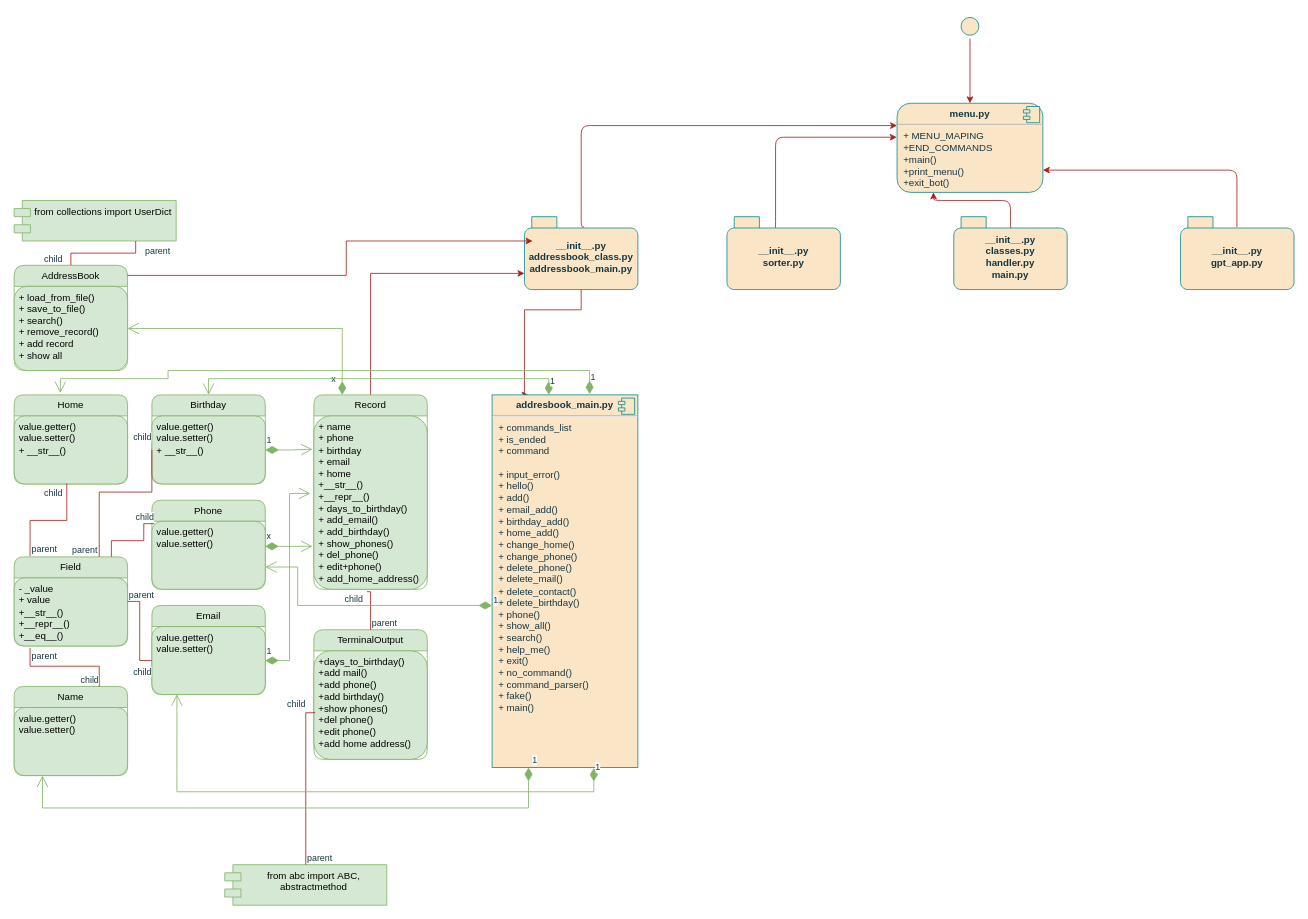
Before: Диаграмма без названия.drawio in FoDwVn11110100001001000000/Team_project_1, a draw.io diagram. Source tidied: cells renumbered, new cells numbered last; positions are measured from the earlier drawing's top-left corner, leaving out a move shared by most shapes. Both pictures are drawn from the tidied source at 81%, with x=0, y=0 at pixel (14, 14).
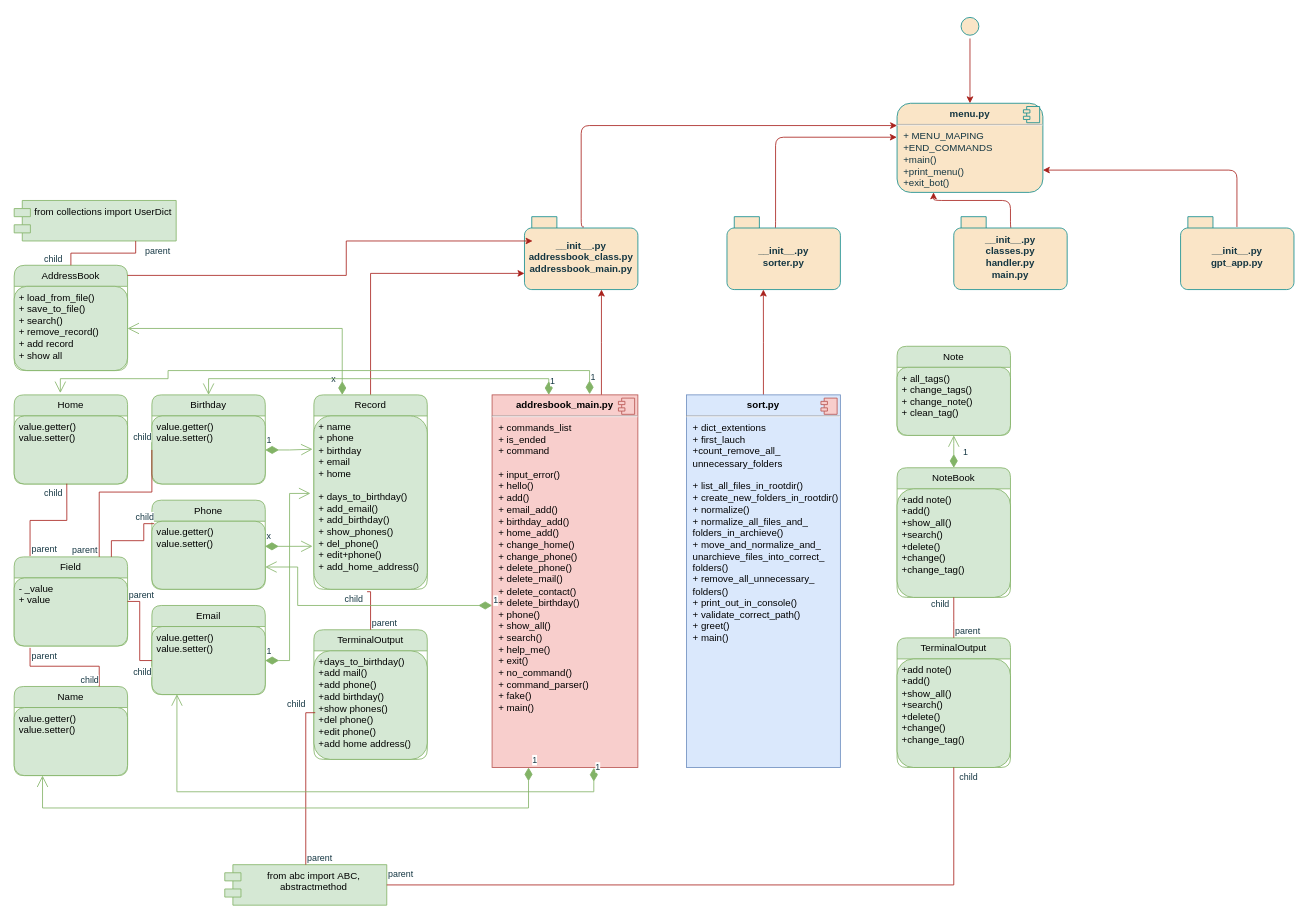
Above is the later version.

The change refers to these unchanged cells:
```xml
<mxCell id="6" value="__init__.py&lt;br&gt;addressbook_class.py&lt;br&gt;addressbook_main.py" style="shape=folder;fontStyle=1;spacingTop=10;tabWidth=40;tabHeight=14;tabPosition=left;html=1;whiteSpace=wrap;fillColor=#FAE5C7;strokeColor=#0F8B8D;rounded=1;labelBackgroundColor=none;fontColor=#143642;" parent="1" vertex="1">
  <mxGeometry x="630" y="250" width="140" height="90" as="geometry" />
</mxCell>
<mxCell id="10" value="__init__.py&lt;br&gt;sorter.py" style="shape=folder;fontStyle=1;spacingTop=10;tabWidth=40;tabHeight=14;tabPosition=left;html=1;whiteSpace=wrap;fillColor=#FAE5C7;strokeColor=#0F8B8D;rounded=1;labelBackgroundColor=none;fontColor=#143642;" parent="1" vertex="1">
  <mxGeometry x="880" y="250" width="140" height="90" as="geometry" />
</mxCell>
<mxCell id="17" value="from abc import&amp;nbsp;ABC, abstractmethod" style="shape=module;align=left;spacingLeft=20;align=center;verticalAlign=top;whiteSpace=wrap;html=1;strokeColor=#82b366;fillColor=#d5e8d4;" parent="1" vertex="1">
  <mxGeometry x="260" y="1050" width="200" height="50" as="geometry" />
</mxCell>
<mxCell id="18" value="Field" style="swimlane;fontStyle=0;horizontal=1;startSize=26;fillColor=#d5e8d4;whiteSpace=wrap;html=1;rounded=1;labelBackgroundColor=none;strokeColor=#82b366;" parent="1" vertex="1">
  <mxGeometry y="670" width="140" height="110" as="geometry" />
</mxCell>
<mxCell id="26" value="Birthday" style="swimlane;fontStyle=0;horizontal=1;startSize=26;fillColor=#d5e8d4;whiteSpace=wrap;html=1;rounded=1;labelBackgroundColor=none;strokeColor=#82b366;" parent="1" vertex="1">
  <mxGeometry x="170" y="470" width="140" height="110" as="geometry" />
</mxCell>
<mxCell id="28" value="Home" style="swimlane;fontStyle=0;horizontal=1;startSize=26;fillColor=#d5e8d4;whiteSpace=wrap;html=1;rounded=1;labelBackgroundColor=none;strokeColor=#82b366;" parent="1" vertex="1">
  <mxGeometry y="470" width="140" height="110" as="geometry" />
</mxCell>
<mxCell id="31" value="Record" style="swimlane;fontStyle=0;horizontal=1;startSize=26;fillColor=#d5e8d4;whiteSpace=wrap;html=1;rounded=1;labelBackgroundColor=none;strokeColor=#82b366;" parent="1" vertex="1">
  <mxGeometry x="370" y="470" width="140" height="240" as="geometry" />
</mxCell>
```

The edit, as a diff of the source:
```diff
@@
-    <mxCell id="5" style="edgeStyle=orthogonalEdgeStyle;rounded=0;jettySize=auto;html=1;strokeColor=#A8201A;fontColor=#143642;fillColor=#FAE5C7;entryX=0.25;entryY=0;entryDx=0;entryDy=0;" parent="1" edge="1" source="6" target="41">
-      <mxGeometry relative="1" as="geometry">
-        <Array as="points">
-          <mxPoint x="700" y="365" />
-          <mxPoint x="630" y="365" />
-          <mxPoint x="630" y="470" />
-        </Array>
-      </mxGeometry>
-    </mxCell>
@@
-    <mxCell id="19" value="- _value&lt;br&gt;+ value&lt;br&gt;+__str__()&lt;br&gt;+__repr__()&lt;br&gt;+__eq__()" style="text;strokeColor=#82b366;fillColor=#d5e8d4;align=left;verticalAlign=top;spacingLeft=4;spacingRight=4;overflow=hidden;points=[[0,0.5],[1,0.5]];portConstraint=eastwest;whiteSpace=wrap;html=1;rounded=1;labelBackgroundColor=none;" parent="18" vertex="1">
+    <mxCell id="19" value="- _value&lt;br&gt;+ value&lt;br&gt;" style="text;strokeColor=#82b366;fillColor=#d5e8d4;align=left;verticalAlign=top;spacingLeft=4;spacingRight=4;overflow=hidden;points=[[0,0.5],[1,0.5]];portConstraint=eastwest;whiteSpace=wrap;html=1;rounded=1;labelBackgroundColor=none;" parent="18" vertex="1">
       <mxGeometry y="26" width="140" height="84" as="geometry" />
     </mxCell>
@@
-    <mxCell id="27" value="value.getter()&lt;br style=&quot;border-color: var(--border-color);&quot;&gt;value.setter()&lt;br&gt;+ __str__()" style="text;strokeColor=#82b366;fillColor=#d5e8d4;align=left;verticalAlign=top;spacingLeft=4;spacingRight=4;overflow=hidden;points=[[0,0.5],[1,0.5]];portConstraint=eastwest;whiteSpace=wrap;html=1;rounded=1;labelBackgroundColor=none;" parent="26" vertex="1">
+    <mxCell id="27" value="value.getter()&lt;br style=&quot;border-color: var(--border-color);&quot;&gt;value.setter()" style="text;strokeColor=#82b366;fillColor=#d5e8d4;align=left;verticalAlign=top;spacingLeft=4;spacingRight=4;overflow=hidden;points=[[0,0.5],[1,0.5]];portConstraint=eastwest;whiteSpace=wrap;html=1;rounded=1;labelBackgroundColor=none;" parent="26" vertex="1">
       <mxGeometry y="26" width="140" height="84" as="geometry" />
     </mxCell>
@@
-    <mxCell id="29" value="value.getter()&lt;br style=&quot;border-color: var(--border-color);&quot;&gt;value.setter()&lt;br&gt;+ __str__()" style="text;strokeColor=#82b366;fillColor=#d5e8d4;align=left;verticalAlign=top;spacingLeft=4;spacingRight=4;overflow=hidden;points=[[0,0.5],[1,0.5]];portConstraint=eastwest;whiteSpace=wrap;html=1;rounded=1;labelBackgroundColor=none;" parent="28" vertex="1">
+    <mxCell id="29" value="value.getter()&lt;br style=&quot;border-color: var(--border-color);&quot;&gt;value.setter()&lt;br&gt;" style="text;strokeColor=#82b366;fillColor=#d5e8d4;align=left;verticalAlign=top;spacingLeft=4;spacingRight=4;overflow=hidden;points=[[0,0.5],[1,0.5]];portConstraint=eastwest;whiteSpace=wrap;html=1;rounded=1;labelBackgroundColor=none;" parent="28" vertex="1">
       <mxGeometry y="26" width="140" height="84" as="geometry" />
     </mxCell>
@@
-    <mxCell id="32" value="+ name&lt;br&gt;+ phone&lt;br&gt;+ birthday&lt;br&gt;+ email&lt;br&gt;+ home&lt;br&gt;+__str__()&lt;br&gt;+__repr__()&lt;br&gt;+ days_to_birthday()&lt;br&gt;+ add_email()&lt;br&gt;+ add_birthday()&lt;br&gt;+ show_phones()&lt;br&gt;+ del_phone()&lt;br&gt;+ edit+phone()&lt;br&gt;+ add_home_address()" style="text;strokeColor=#82b366;fillColor=#d5e8d4;align=left;verticalAlign=top;spacingLeft=4;spacingRight=4;overflow=hidden;points=[[0,0.5],[1,0.5]];portConstraint=eastwest;whiteSpace=wrap;html=1;rounded=1;labelBackgroundColor=none;" parent="31" vertex="1">
+    <mxCell id="32" value="+ name&lt;br&gt;+ phone&lt;br&gt;+ birthday&lt;br&gt;+ email&lt;br&gt;+ home&lt;br&gt;&lt;br&gt;+ days_to_birthday()&lt;br&gt;+ add_email()&lt;br&gt;+ add_birthday()&lt;br&gt;+ show_phones()&lt;br&gt;+ del_phone()&lt;br&gt;+ edit+phone()&lt;br&gt;+ add_home_address()" style="text;strokeColor=#82b366;fillColor=#d5e8d4;align=left;verticalAlign=top;spacingLeft=4;spacingRight=4;overflow=hidden;points=[[0,0.5],[1,0.5]];portConstraint=eastwest;whiteSpace=wrap;html=1;rounded=1;labelBackgroundColor=none;" parent="31" vertex="1">
       <mxGeometry y="26" width="140" height="214" as="geometry" />
     </mxCell>
@@
+    <mxCell id="71" style="edgeStyle=orthogonalEdgeStyle;rounded=0;jettySize=auto;html=1;exitX=0.75;exitY=0;exitDx=0;exitDy=0;entryX=0.679;entryY=1;entryDx=0;entryDy=0;entryPerimeter=0;strokeColor=#A8201A;fontColor=#143642;fillColor=#FAE5C7;" parent="1" edge="1" source="41" target="6">
+      <mxGeometry relative="1" as="geometry" />
+    </mxCell>
-    <mxCell id="41" value="&lt;p style=&quot;margin:0px;margin-top:6px;text-align:center;&quot;&gt;&lt;b&gt;addresbook_main.py&lt;/b&gt;&lt;/p&gt;&lt;hr&gt;&lt;p style=&quot;margin:0px;margin-left:8px;&quot;&gt;+ commands_list&lt;/p&gt;&lt;p style=&quot;margin:0px;margin-left:8px;&quot;&gt;+&amp;nbsp;is_ended&lt;/p&gt;&lt;p style=&quot;margin:0px;margin-left:8px;&quot;&gt;+&amp;nbsp;command&lt;/p&gt;&lt;p style=&quot;margin:0px;margin-left:8px;&quot;&gt;&lt;br&gt;&lt;/p&gt;&lt;p style=&quot;margin:0px;margin-left:8px;&quot;&gt;+&amp;nbsp;input_error()&lt;/p&gt;&lt;p style=&quot;margin:0px;margin-left:8px;&quot;&gt;+ hello()&lt;/p&gt;&lt;p style=&quot;margin:0px;margin-left:8px;&quot;&gt;+ add()&lt;/p&gt;&lt;p style=&quot;margin:0px;margin-left:8px;&quot;&gt;+ email_add()&lt;/p&gt;&lt;p style=&quot;margin:0px;margin-left:8px;&quot;&gt;+ birthday_add()&lt;/p&gt;&lt;p style=&quot;margin:0px;margin-left:8px;&quot;&gt;+ home_add()&lt;/p&gt;&lt;p style=&quot;margin:0px;margin-left:8px;&quot;&gt;+ change_home()&lt;/p&gt;&lt;p style=&quot;margin:0px;margin-left:8px;&quot;&gt;+ change_phone()&lt;/p&gt;&lt;p style=&quot;margin:0px;margin-left:8px;&quot;&gt;+ delete_phone()&lt;/p&gt;&lt;p style=&quot;margin:0px;margin-left:8px;&quot;&gt;+ delete_mail()&lt;br&gt;&lt;/p&gt;&lt;p style=&quot;margin:0px;margin-left:8px;&quot;&gt;+ delete_contact()&lt;br&gt;&lt;/p&gt;&lt;p style=&quot;margin:0px;margin-left:8px;&quot;&gt;+ delete_birthday()&lt;br&gt;&lt;/p&gt;&lt;p style=&quot;margin:0px;margin-left:8px;&quot;&gt;+ phone()&lt;/p&gt;&lt;p style=&quot;margin:0px;margin-left:8px;&quot;&gt;+ show_all()&lt;/p&gt;&lt;p style=&quot;margin:0px;margin-left:8px;&quot;&gt;+ search()&lt;/p&gt;&lt;p style=&quot;margin:0px;margin-left:8px;&quot;&gt;+ help_me()&lt;/p&gt;&lt;p style=&quot;margin:0px;margin-left:8px;&quot;&gt;+ exit()&lt;/p&gt;&lt;p style=&quot;margin:0px;margin-left:8px;&quot;&gt;+ no_command()&lt;/p&gt;&lt;p style=&quot;margin:0px;margin-left:8px;&quot;&gt;+&amp;nbsp;command_parser()&lt;/p&gt;&lt;p style=&quot;margin:0px;margin-left:8px;&quot;&gt;+ fake()&lt;/p&gt;&lt;p style=&quot;margin:0px;margin-left:8px;&quot;&gt;+ main()&lt;/p&gt;" style="align=left;overflow=fill;html=1;whiteSpace=wrap;strokeColor=#0F8B8D;fontColor=#143642;fillColor=#FAE5C7;" parent="1" vertex="1">
+    <mxCell id="41" value="&lt;p style=&quot;margin:0px;margin-top:6px;text-align:center;&quot;&gt;&lt;b&gt;addresbook_main.py&lt;/b&gt;&lt;/p&gt;&lt;hr&gt;&lt;p style=&quot;margin:0px;margin-left:8px;&quot;&gt;+ commands_list&lt;/p&gt;&lt;p style=&quot;margin:0px;margin-left:8px;&quot;&gt;+&amp;nbsp;is_ended&lt;/p&gt;&lt;p style=&quot;margin:0px;margin-left:8px;&quot;&gt;+&amp;nbsp;command&lt;/p&gt;&lt;p style=&quot;margin:0px;margin-left:8px;&quot;&gt;&lt;br&gt;&lt;/p&gt;&lt;p style=&quot;margin:0px;margin-left:8px;&quot;&gt;+&amp;nbsp;input_error()&lt;/p&gt;&lt;p style=&quot;margin:0px;margin-left:8px;&quot;&gt;+ hello()&lt;/p&gt;&lt;p style=&quot;margin:0px;margin-left:8px;&quot;&gt;+ add()&lt;/p&gt;&lt;p style=&quot;margin:0px;margin-left:8px;&quot;&gt;+ email_add()&lt;/p&gt;&lt;p style=&quot;margin:0px;margin-left:8px;&quot;&gt;+ birthday_add()&lt;/p&gt;&lt;p style=&quot;margin:0px;margin-left:8px;&quot;&gt;+ home_add()&lt;/p&gt;&lt;p style=&quot;margin:0px;margin-left:8px;&quot;&gt;+ change_home()&lt;/p&gt;&lt;p style=&quot;margin:0px;margin-left:8px;&quot;&gt;+ change_phone()&lt;/p&gt;&lt;p style=&quot;margin:0px;margin-left:8px;&quot;&gt;+ delete_phone()&lt;/p&gt;&lt;p style=&quot;margin:0px;margin-left:8px;&quot;&gt;+ delete_mail()&lt;br&gt;&lt;/p&gt;&lt;p style=&quot;margin:0px;margin-left:8px;&quot;&gt;+ delete_contact()&lt;br&gt;&lt;/p&gt;&lt;p style=&quot;margin:0px;margin-left:8px;&quot;&gt;+ delete_birthday()&lt;br&gt;&lt;/p&gt;&lt;p style=&quot;margin:0px;margin-left:8px;&quot;&gt;+ phone()&lt;/p&gt;&lt;p style=&quot;margin:0px;margin-left:8px;&quot;&gt;+ show_all()&lt;/p&gt;&lt;p style=&quot;margin:0px;margin-left:8px;&quot;&gt;+ search()&lt;/p&gt;&lt;p style=&quot;margin:0px;margin-left:8px;&quot;&gt;+ help_me()&lt;/p&gt;&lt;p style=&quot;margin:0px;margin-left:8px;&quot;&gt;+ exit()&lt;/p&gt;&lt;p style=&quot;margin:0px;margin-left:8px;&quot;&gt;+ no_command()&lt;/p&gt;&lt;p style=&quot;margin:0px;margin-left:8px;&quot;&gt;+&amp;nbsp;command_parser()&lt;/p&gt;&lt;p style=&quot;margin:0px;margin-left:8px;&quot;&gt;+ fake()&lt;/p&gt;&lt;p style=&quot;margin:0px;margin-left:8px;&quot;&gt;+ main()&lt;/p&gt;" style="align=left;overflow=fill;html=1;whiteSpace=wrap;strokeColor=#b85450;fillColor=#f8cecc;" parent="1" vertex="1">
       <mxGeometry x="590" y="470" width="180" height="460" as="geometry" />
     </mxCell>
-    <mxCell id="42" style="shape=component;jettyWidth=8;jettyHeight=4;strokeColor=#0F8B8D;fontColor=#143642;fillColor=#FAE5C7;" parent="41" vertex="1">
+    <mxCell id="42" style="shape=component;jettyWidth=8;jettyHeight=4;strokeColor=#b85450;fillColor=#f8cecc;" parent="41" vertex="1">
       <mxGeometry x="1" width="20" height="20" relative="1" as="geometry">
         <mxPoint x="-24" y="4" as="offset" />
       </mxGeometry>
     </mxCell>
@@
+    <mxCell id="72" style="edgeStyle=orthogonalEdgeStyle;rounded=0;jettySize=auto;html=1;exitX=0.5;exitY=0;exitDx=0;exitDy=0;entryX=0.321;entryY=1;entryDx=0;entryDy=0;entryPerimeter=0;strokeColor=#A8201A;fontColor=#143642;fillColor=#FAE5C7;" parent="1" edge="1" source="73" target="10">
+      <mxGeometry relative="1" as="geometry" />
+    </mxCell>
+    <mxCell id="73" value="&lt;p style=&quot;margin:0px;margin-top:6px;text-align:center;&quot;&gt;&lt;b&gt;sort.py&lt;/b&gt;&lt;/p&gt;&lt;hr&gt;&lt;p style=&quot;margin:0px;margin-left:8px;&quot;&gt;+&amp;nbsp;dict_extentions&lt;/p&gt;&lt;p style=&quot;margin:0px;margin-left:8px;&quot;&gt;+&amp;nbsp;first_lauch&lt;/p&gt;&lt;p style=&quot;margin:0px;margin-left:8px;&quot;&gt;+count_remove_all_&lt;/p&gt;&lt;p style=&quot;margin:0px;margin-left:8px;&quot;&gt;unnecessary_folders&lt;/p&gt;&lt;p style=&quot;margin:0px;margin-left:8px;&quot;&gt;&lt;br&gt;&lt;/p&gt;&lt;p style=&quot;margin:0px;margin-left:8px;&quot;&gt;+&amp;nbsp;list_all_files_in_rootdir()&lt;/p&gt;&lt;p style=&quot;margin:0px;margin-left:8px;&quot;&gt;+&amp;nbsp;create_new_folders_in_rootdir()&lt;/p&gt;&lt;p style=&quot;margin:0px;margin-left:8px;&quot;&gt;+&amp;nbsp;normalize()&lt;/p&gt;&lt;p style=&quot;margin:0px;margin-left:8px;&quot;&gt;+&amp;nbsp;normalize_all_files_and_&lt;/p&gt;&lt;p style=&quot;margin:0px;margin-left:8px;&quot;&gt;folders_in_archieve()&lt;/p&gt;&lt;p style=&quot;margin:0px;margin-left:8px;&quot;&gt;+&amp;nbsp;move_and_normalize_and_&lt;/p&gt;&lt;p style=&quot;margin:0px;margin-left:8px;&quot;&gt;unarchieve_files_into_correct_&lt;/p&gt;&lt;p style=&quot;margin:0px;margin-left:8px;&quot;&gt;folders()&lt;/p&gt;&lt;p style=&quot;margin:0px;margin-left:8px;&quot;&gt;+&amp;nbsp;remove_all_unnecessary_&lt;/p&gt;&lt;p style=&quot;margin:0px;margin-left:8px;&quot;&gt;folders()&lt;/p&gt;&lt;p style=&quot;margin:0px;margin-left:8px;&quot;&gt;+&amp;nbsp;print_out_in_console()&lt;/p&gt;&lt;p style=&quot;margin:0px;margin-left:8px;&quot;&gt;+&amp;nbsp;validate_correct_path()&lt;/p&gt;&lt;p style=&quot;margin:0px;margin-left:8px;&quot;&gt;+&amp;nbsp;greet()&lt;/p&gt;&lt;p style=&quot;margin:0px;margin-left:8px;&quot;&gt;+&amp;nbsp;main()&lt;/p&gt;" style="align=left;overflow=fill;html=1;whiteSpace=wrap;strokeColor=#6c8ebf;fillColor=#dae8fc;" parent="1" vertex="1">
+      <mxGeometry x="830" y="470" width="190" height="460" as="geometry" />
+    </mxCell>
+    <mxCell id="74" style="shape=component;jettyWidth=8;jettyHeight=4;strokeColor=#b85450;fillColor=#f8cecc;" parent="73" vertex="1">
+      <mxGeometry x="1" width="20" height="20" relative="1" as="geometry">
+        <mxPoint x="-24" y="4" as="offset" />
+      </mxGeometry>
+    </mxCell>
+    <mxCell id="75" value="Note" style="swimlane;fontStyle=0;horizontal=1;startSize=26;fillColor=#d5e8d4;whiteSpace=wrap;html=1;rounded=1;labelBackgroundColor=none;strokeColor=#82b366;" parent="1" vertex="1">
+      <mxGeometry x="1090" y="410" width="140" height="110" as="geometry" />
+    </mxCell>
+    <mxCell id="76" value="+ all_tags()&lt;br&gt;+ change_tags()&lt;br&gt;+ change_note()&lt;br&gt;+ clean_tag()" style="text;strokeColor=#82b366;fillColor=#d5e8d4;align=left;verticalAlign=top;spacingLeft=4;spacingRight=4;overflow=hidden;points=[[0,0.5],[1,0.5]];portConstraint=eastwest;whiteSpace=wrap;html=1;rounded=1;labelBackgroundColor=none;" parent="75" vertex="1">
+      <mxGeometry y="26" width="140" height="84" as="geometry" />
+    </mxCell>
+    <mxCell id="77" value="TerminalOutput" style="swimlane;fontStyle=0;horizontal=1;startSize=26;fillColor=#d5e8d4;whiteSpace=wrap;html=1;rounded=1;labelBackgroundColor=none;strokeColor=#82b366;" parent="1" vertex="1">
+      <mxGeometry x="1090" y="770" width="140" height="160" as="geometry" />
+    </mxCell>
+    <mxCell id="78" value="+add note()&lt;br&gt;+add()&lt;br&gt;+show_all()&lt;br&gt;+search()&lt;br&gt;+delete()&lt;br&gt;+change()&lt;br&gt;+change_tag()" style="text;strokeColor=#82b366;fillColor=#d5e8d4;align=left;verticalAlign=top;spacingLeft=4;spacingRight=4;overflow=hidden;whiteSpace=wrap;html=1;rounded=1;labelBackgroundColor=none;" parent="77" vertex="1">
+      <mxGeometry y="26" width="140" height="134" as="geometry" />
+    </mxCell>
+    <mxCell id="79" value="NoteBook" style="swimlane;fontStyle=0;horizontal=1;startSize=26;fillColor=#d5e8d4;whiteSpace=wrap;html=1;rounded=1;labelBackgroundColor=none;strokeColor=#82b366;" parent="1" vertex="1">
+      <mxGeometry x="1090" y="560" width="140" height="160" as="geometry" />
+    </mxCell>
+    <mxCell id="80" value="+add note()&lt;br style=&quot;border-color: var(--border-color);&quot;&gt;+add()&lt;br style=&quot;border-color: var(--border-color);&quot;&gt;+show_all()&lt;br style=&quot;border-color: var(--border-color);&quot;&gt;+search()&lt;br style=&quot;border-color: var(--border-color);&quot;&gt;+delete()&lt;br style=&quot;border-color: var(--border-color);&quot;&gt;+change()&lt;br style=&quot;border-color: var(--border-color);&quot;&gt;+change_tag()" style="text;strokeColor=#82b366;fillColor=#d5e8d4;align=left;verticalAlign=top;spacingLeft=4;spacingRight=4;overflow=hidden;whiteSpace=wrap;html=1;rounded=1;labelBackgroundColor=none;" parent="79" vertex="1">
+      <mxGeometry y="26" width="140" height="134" as="geometry" />
+    </mxCell>
+    <mxCell id="81" style="endArrow=none;html=1;edgeStyle=orthogonalEdgeStyle;rounded=0;strokeColor=#A8201A;fontColor=#143642;fillColor=#FAE5C7;entryX=1;entryY=0.5;entryDx=0;entryDy=0;exitX=0.5;exitY=1;exitDx=0;exitDy=0;" parent="1" edge="1" source="77" target="17">
+      <mxGeometry relative="1" as="geometry" />
+    </mxCell>
+    <mxCell id="82" value="parent" style="edgeLabel;html=1;align=left;verticalAlign=bottom;strokeColor=#0F8B8D;fontColor=#143642;fillColor=#FAE5C7;" parent="81" vertex="1">
+      <mxGeometry x="-1" relative="1" as="geometry">
+        <mxPoint x="-700" y="140" as="offset" />
+      </mxGeometry>
+    </mxCell>
+    <mxCell id="83" value="child" style="edgeLabel;html=1;align=right;verticalAlign=bottom;strokeColor=#0F8B8D;fontColor=#143642;fillColor=#FAE5C7;labelBackgroundColor=none;" parent="81" vertex="1">
+      <mxGeometry x="1" relative="1" as="geometry">
+        <mxPoint x="730" y="-125" as="offset" />
+      </mxGeometry>
+    </mxCell>
+    <mxCell id="84" style="endArrow=none;html=1;edgeStyle=orthogonalEdgeStyle;rounded=0;strokeColor=#A8201A;fontColor=#143642;fillColor=#FAE5C7;entryX=0.5;entryY=1;entryDx=0;entryDy=0;exitX=0.5;exitY=0;exitDx=0;exitDy=0;" parent="1" edge="1" source="77" target="79">
+      <mxGeometry relative="1" as="geometry">
+        <Array as="points">
+          <mxPoint x="1160" y="750" />
+          <mxPoint x="1160" y="750" />
+        </Array>
+      </mxGeometry>
+    </mxCell>
+    <mxCell id="85" value="parent" style="edgeLabel;html=1;align=left;verticalAlign=bottom;strokeColor=#0F8B8D;fontColor=#143642;fillColor=#FAE5C7;" parent="84" vertex="1">
+      <mxGeometry x="-1" relative="1" as="geometry" />
+    </mxCell>
+    <mxCell id="86" value="child" style="edgeLabel;html=1;align=right;verticalAlign=bottom;strokeColor=#0F8B8D;fontColor=#143642;fillColor=#FAE5C7;" parent="84" vertex="1">
+      <mxGeometry x="1" relative="1" as="geometry">
+        <mxPoint x="-5" y="17" as="offset" />
+      </mxGeometry>
+    </mxCell>
+    <mxCell id="87" value="1" style="endArrow=open;html=1;endSize=12;startArrow=diamondThin;startSize=14;startFill=1;edgeStyle=orthogonalEdgeStyle;align=left;verticalAlign=bottom;rounded=0;strokeColor=#82b366;fontColor=#143642;fillColor=#d5e8d4;entryX=0.5;entryY=1;entryDx=0;entryDy=0;exitX=0.5;exitY=0;exitDx=0;exitDy=0;entryPerimeter=0;" parent="1" edge="1" source="79" target="76">
+      <mxGeometry x="-0.5" y="-10" relative="1" as="geometry">
+        <Array as="points">
+          <mxPoint x="1160" y="530" />
+          <mxPoint x="1160" y="530" />
+        </Array>
+      </mxGeometry>
+    </mxCell>
```
